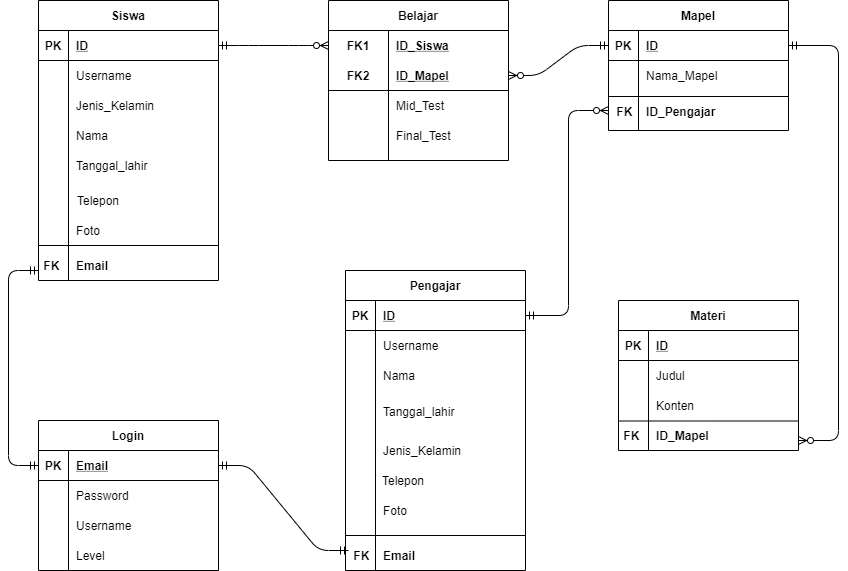
This is Skema Database/Tabel dbhaiyu.png from alifahfathonah/Website-HAiYU, a draw.io export, as it was before one commit. Source tidied: cells renumbered, new cells last; positions are measured from the earlier drawing's top-left corner, leaving out a move shared by most shapes.
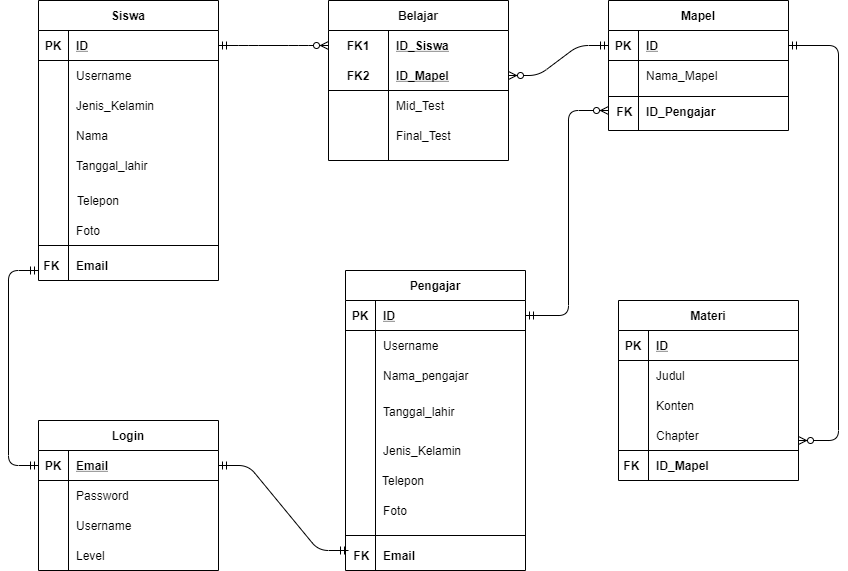
Above is the later version.

Diff of the diagram source:
```diff
@@ -200,7 +200,7 @@
     <mxCell id="65" style="shape=partialRectangle;fillColor=none;top=0;left=0;bottom=0;right=0;overflow=hidden;" parent="64" vertex="1">
       <mxGeometry width="30" height="30" as="geometry" />
     </mxCell>
-    <mxCell id="66" value="Nama" style="shape=partialRectangle;fillColor=none;top=0;left=0;bottom=0;right=0;align=left;spacingLeft=6;overflow=hidden;" parent="64" vertex="1">
+    <mxCell id="66" value="Nama_pengajar" style="shape=partialRectangle;fillColor=none;top=0;left=0;bottom=0;right=0;align=left;spacingLeft=6;overflow=hidden;" parent="64" vertex="1">
       <mxGeometry x="30" width="150" height="30" as="geometry" />
     </mxCell>
     <mxCell id="67" style="shape=partialRectangle;fillColor=none;top=0;left=0;bottom=0;right=0;" parent="57" vertex="1">
@@ -250,7 +250,7 @@
       <mxGeometry x="60" y="540" width="150" height="30" as="geometry" />
     </mxCell>
     <mxCell id="79" value="Materi" style="shape=table;startSize=30;rowLines=0;fontStyle=1;align=center;" parent="1" vertex="1">
-      <mxGeometry x="610" y="300" width="180" height="150" as="geometry" />
+      <mxGeometry x="610" y="300" width="180" height="180" as="geometry" />
     </mxCell>
     <mxCell id="80" style="shape=partialRectangle;fillColor=none;top=0;left=0;bottom=1;right=0;" parent="79" vertex="1">
       <mxGeometry y="30" width="180" height="30" as="geometry" />
@@ -279,14 +279,23 @@
     <mxCell id="88" value="Konten" style="shape=partialRectangle;fillColor=none;top=0;left=0;bottom=0;right=0;align=left;spacingLeft=6;overflow=hidden;" parent="86" vertex="1">
       <mxGeometry x="30" width="150" height="30" as="geometry" />
     </mxCell>
+    <mxCell id="97" style="shape=partialRectangle;fillColor=none;top=0;left=0;bottom=0;right=0;" parent="79" vertex="1">
+      <mxGeometry y="120" width="180" height="30" as="geometry" />
+    </mxCell>
+    <mxCell id="98" style="shape=partialRectangle;fillColor=none;top=0;left=0;bottom=0;right=0;overflow=hidden;" parent="97" vertex="1">
+      <mxGeometry width="30" height="30" as="geometry" />
+    </mxCell>
+    <mxCell id="99" value="Chapter" style="shape=partialRectangle;fillColor=none;top=0;left=0;bottom=0;right=0;align=left;spacingLeft=6;overflow=hidden;" parent="97" vertex="1">
+      <mxGeometry x="30" width="150" height="30" as="geometry" />
+    </mxCell>
     <mxCell id="89" value="  FK" style="shape=partialRectangle;fillColor=none;top=0;left=0;bottom=0;right=0;fontStyle=1;overflow=hidden;" parent="1" vertex="1">
-      <mxGeometry x="590" y="420" width="60" height="30" as="geometry" />
+      <mxGeometry x="590" y="450" width="60" height="30" as="geometry" />
     </mxCell>
     <mxCell id="90" style="line;strokeWidth=1;dashed=0;labelPosition=right;align=left;verticalAlign=middle;spacingTop=0;spacingLeft=6;" parent="1" vertex="1">
-      <mxGeometry x="610" y="415.5" width="180" height="10" as="geometry" />
+      <mxGeometry x="610" y="445" width="180" height="10" as="geometry" />
     </mxCell>
     <mxCell id="91" value="ID_Mapel" style="shape=partialRectangle;fillColor=none;top=0;left=0;bottom=0;right=0;align=left;spacingLeft=6;overflow=hidden;fontStyle=1;" parent="1" vertex="1">
-      <mxGeometry x="640" y="425.5" width="150" height="19" as="geometry" />
+      <mxGeometry x="640" y="455.5" width="150" height="19" as="geometry" />
     </mxCell>
     <mxCell id="92" value="Telepon" style="text;html=1;strokeColor=none;fillColor=none;align=center;verticalAlign=middle;whiteSpace=wrap;rounded=0;" parent="1" vertex="1">
       <mxGeometry x="70" y="190" width="40" height="20" as="geometry" />
```
